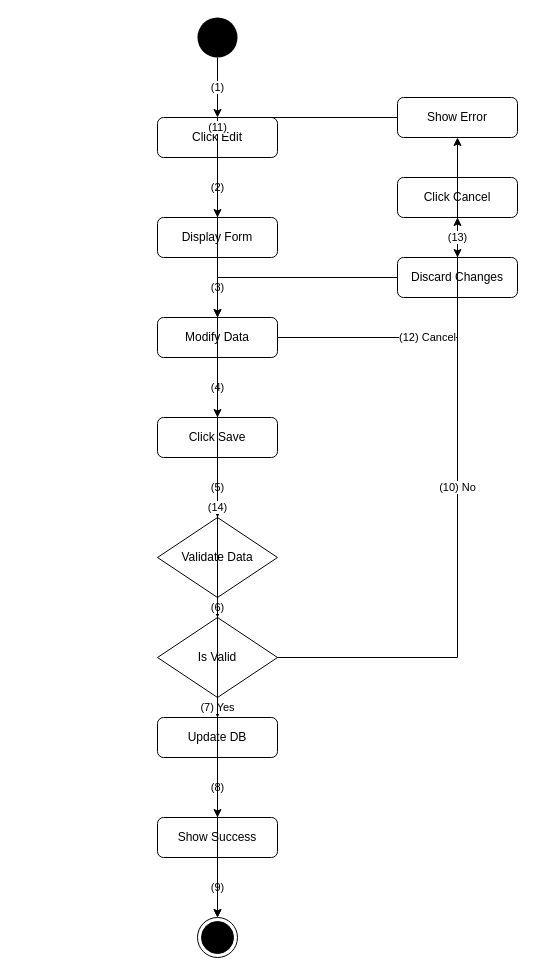
Above: activity_flow/uc36_activity_flow.drawio in kingDlight/UEIMS_Project (draw.io), before the change. Source tidied: cells renumbered, new cells numbered last; positions are measured from the earlier drawing's top-left corner, leaving out a move shared by most shapes. Both pictures are drawn from the tidied source at 100%, with x=0, y=0 at pixel (157, 17).
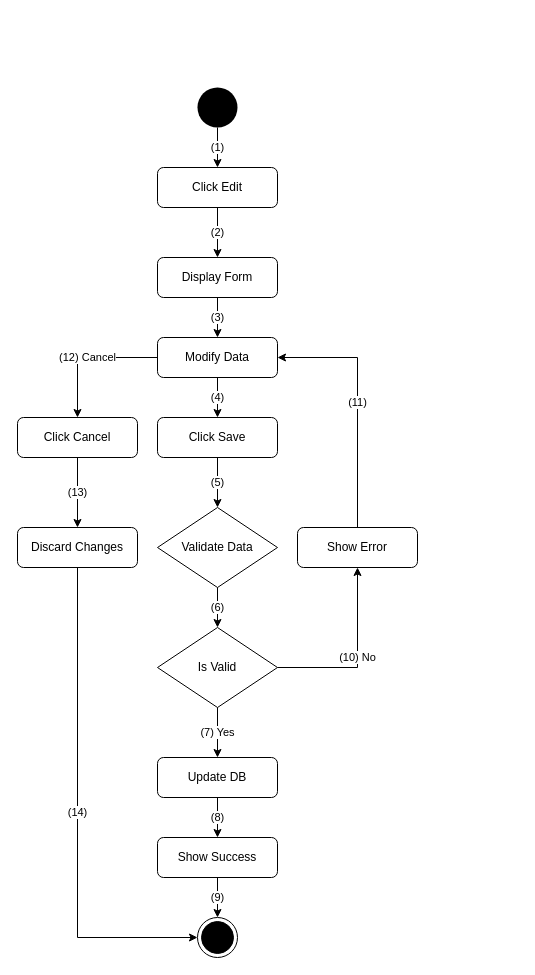
After the change.

Unchanged cells that the change refers to:
```xml
<mxCell id="11" style="ellipse;html=1;shape=endState;fillColor=#000000;strokeColor=#000000;" parent="1" vertex="1">
  <mxGeometry x="40" y="900" width="40" height="40" as="geometry" />
</mxCell>
```

What changed in the source:
```diff
@@
     <mxCell id="2" style="ellipse;whiteSpace=wrap;html=1;fillColor=#000000;strokeColor=none;" parent="1" vertex="1">
-      <mxGeometry x="40" width="40" height="40" as="geometry" />
+      <mxGeometry x="40" y="70" width="40" height="40" as="geometry" />
     </mxCell>
     <mxCell id="3" value="Click Edit" style="rounded=1;whiteSpace=wrap;html=1;" parent="1" vertex="1">
-      <mxGeometry y="100" width="120" height="40" as="geometry" />
+      <mxGeometry y="150" width="120" height="40" as="geometry" />
     </mxCell>
     <mxCell id="4" value="Display Form" style="rounded=1;whiteSpace=wrap;html=1;" parent="1" vertex="1">
-      <mxGeometry y="200" width="120" height="40" as="geometry" />
+      <mxGeometry y="240" width="120" height="40" as="geometry" />
     </mxCell>
     <mxCell id="5" value="Modify Data" style="rounded=1;whiteSpace=wrap;html=1;" parent="1" vertex="1">
-      <mxGeometry y="300" width="120" height="40" as="geometry" />
+      <mxGeometry y="320" width="120" height="40" as="geometry" />
     </mxCell>
@@
     <mxCell id="7" value="Validate Data" style="rhombus;whiteSpace=wrap;html=1;" parent="1" vertex="1">
-      <mxGeometry y="500" width="120" height="80" as="geometry" />
+      <mxGeometry y="490" width="120" height="80" as="geometry" />
     </mxCell>
     <mxCell id="8" value="Is Valid" style="rhombus;whiteSpace=wrap;html=1;" parent="1" vertex="1">
-      <mxGeometry y="600" width="120" height="80" as="geometry" />
+      <mxGeometry y="610" width="120" height="80" as="geometry" />
     </mxCell>
     <mxCell id="9" value="Update DB" style="rounded=1;whiteSpace=wrap;html=1;" parent="1" vertex="1">
-      <mxGeometry y="700" width="120" height="40" as="geometry" />
+      <mxGeometry y="740" width="120" height="40" as="geometry" />
     </mxCell>
     <mxCell id="10" value="Show Success" style="rounded=1;whiteSpace=wrap;html=1;" parent="1" vertex="1">
-      <mxGeometry y="800" width="120" height="40" as="geometry" />
+      <mxGeometry y="820" width="120" height="40" as="geometry" />
     </mxCell>
@@
     <mxCell id="12" value="Show Error" style="rounded=1;whiteSpace=wrap;html=1;" parent="1" vertex="1">
-      <mxGeometry x="240" y="80" width="120" height="40" as="geometry" />
+      <mxGeometry x="140" y="510" width="120" height="40" as="geometry" />
     </mxCell>
     <mxCell id="13" value="Click Cancel" style="rounded=1;whiteSpace=wrap;html=1;" parent="1" vertex="1">
-      <mxGeometry x="240" y="160" width="120" height="40" as="geometry" />
+      <mxGeometry x="-140" y="400" width="120" height="40" as="geometry" />
     </mxCell>
     <mxCell id="14" value="Discard Changes" style="rounded=1;whiteSpace=wrap;html=1;" parent="1" vertex="1">
-      <mxGeometry x="240" y="240" width="120" height="40" as="geometry" />
+      <mxGeometry x="-140" y="510" width="120" height="40" as="geometry" />
     </mxCell>
@@
-    <mxCell id="21" value="(7) Yes" style="edgeStyle=orthogonalEdgeStyle;rounded=0;html=1;exitX=0.5;exitY=1;entryX=0.5;entryY=0;" parent="1" edge="1" source="8" target="9">
+    <mxCell id="21" value="(7) Yes" style="edgeStyle=orthogonalEdgeStyle;rounded=0;html=1;exitX=0.5;exitY=1;entryX=0.5;entryY=0;exitDx=0;exitDy=0;" parent="1" edge="1" source="8" target="9">
       <mxGeometry relative="1" as="geometry" />
     </mxCell>
@@
-    <mxCell id="25" value="(11)" style="edgeStyle=orthogonalEdgeStyle;rounded=0;html=1;exitX=0;exitY=0.5;entryX=0.5;entryY=0;" parent="1" edge="1" source="12" target="5">
+    <mxCell id="25" value="(11)" style="edgeStyle=orthogonalEdgeStyle;rounded=0;html=1;exitX=0.5;exitY=0;entryX=1;entryY=0.5;entryDx=0;entryDy=0;exitDx=0;exitDy=0;" parent="1" edge="1" source="12" target="5">
       <mxGeometry relative="1" as="geometry" />
     </mxCell>
-    <mxCell id="26" value="(12) Cancel" style="edgeStyle=orthogonalEdgeStyle;rounded=0;html=1;exitX=1;exitY=0.5;entryX=0.5;entryY=1;" parent="1" edge="1" source="5" target="13">
+    <mxCell id="26" value="(12) Cancel" style="edgeStyle=orthogonalEdgeStyle;rounded=0;html=1;exitX=0;exitY=0.5;entryX=0.5;entryY=0;exitDx=0;exitDy=0;entryDx=0;entryDy=0;" parent="1" edge="1" source="5" target="13">
       <mxGeometry relative="1" as="geometry" />
     </mxCell>
@@
-    <mxCell id="28" value="(14)" style="edgeStyle=orthogonalEdgeStyle;rounded=0;html=1;exitX=0;exitY=0.5;entryX=0.5;entryY=0;" parent="1" edge="1" source="14" target="11">
+    <mxCell id="28" value="(14)" style="edgeStyle=orthogonalEdgeStyle;rounded=0;html=1;exitX=0.5;exitY=1;entryX=0;entryY=0.5;exitDx=0;exitDy=0;entryDx=0;entryDy=0;" parent="1" edge="1" source="14" target="11">
       <mxGeometry relative="1" as="geometry" />
     </mxCell>
```
